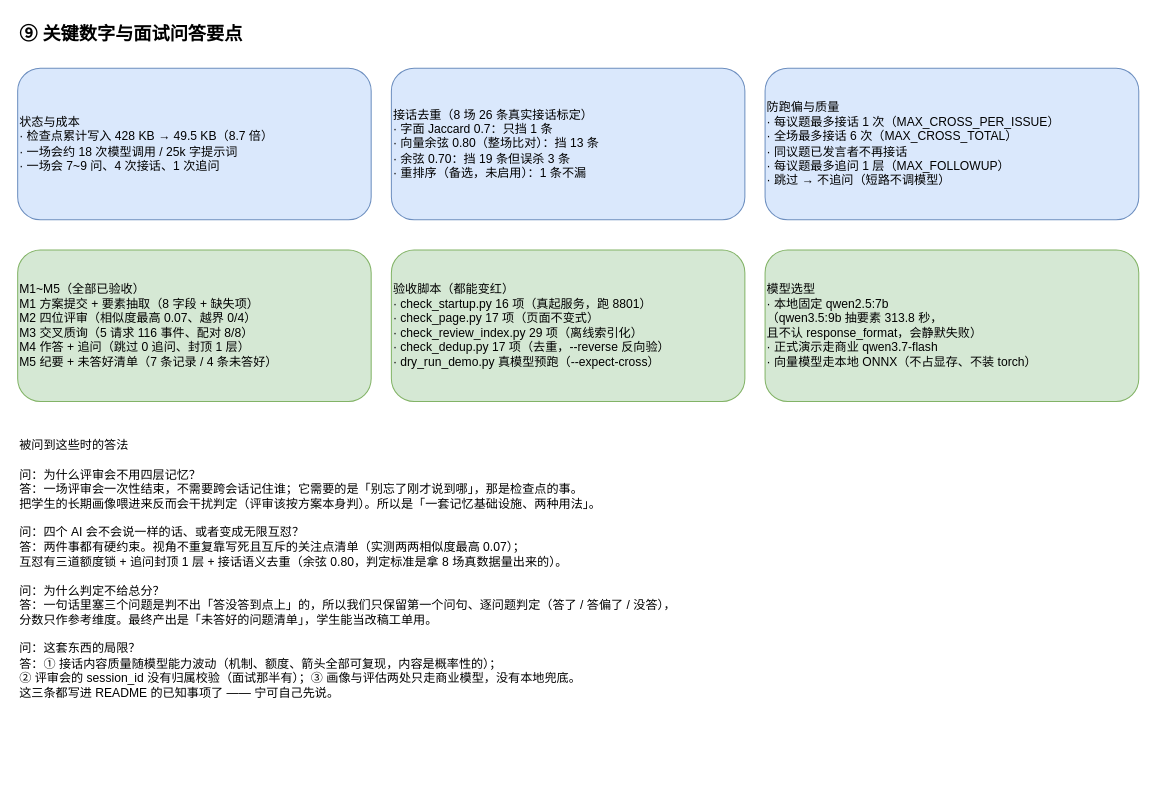
xxf-wota/ai-review-board keeps this draw.io diagram as page "9. 关键数字与问答要点" (9 of 9) of docs/评审团流程图.drawio. Above is the earlier version. Source tidied: cells renumbered, new cells numbered last; positions are measured from the earlier drawing's top-left corner, leaving out a move shared by most shapes. Both pictures are drawn from the tidied source at 101%, with x=0, y=0 at pixel (17, 17).
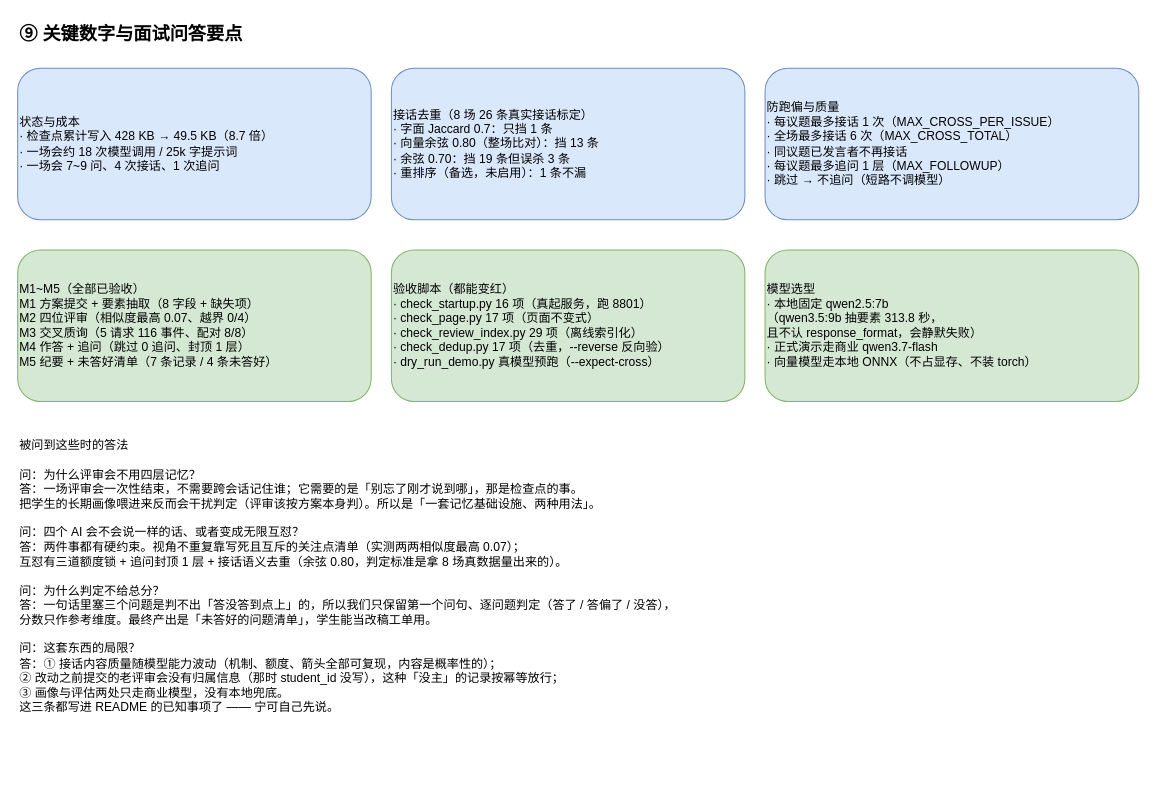
Above is the later version.

The edit, as a diff of the source:
```diff
@@
 <mxGraphModel>
   <root>
     <mxCell id="0" />
     <mxCell id="1" parent="0" />
     <mxCell id="2" value="⑨ 关键数字与面试问答要点" style="text;html=1;strokeColor=none;fillColor=none;fontSize=18;fontStyle=1;align=left;verticalAlign=top;" parent="1" vertex="1">
       <mxGeometry width="900" height="30" as="geometry" />
     </mxCell>
     <mxCell id="3" value="状态与成本&#10;· 检查点累计写入 428 KB → 49.5 KB（8.7 倍）&#10;· 一场会约 18 次模型调用 / 25k 字提示词&#10;· 一场会 7~9 问、4 次接话、1 次追问" style="rounded=1;whiteSpace=wrap;html=1;fillColor=#dae8fc;strokeColor=#6c8ebf;fontSize=12;align=left;verticalAlign=middle;" parent="1" vertex="1">
       <mxGeometry y="50" width="350" height="150" as="geometry" />
     </mxCell>
     <mxCell id="4" value="接话去重（8 场 26 条真实接话标定）&#10;· 字面 Jaccard 0.7：只挡 1 条&#10;· 向量余弦 0.80（整场比对）：挡 13 条&#10;· 余弦 0.70：挡 19 条但误杀 3 条&#10;· 重排序（备选，未启用）：1 条不漏" style="rounded=1;whiteSpace=wrap;html=1;fillColor=#dae8fc;strokeColor=#6c8ebf;fontSize=12;align=left;verticalAlign=middle;" parent="1" vertex="1">
       <mxGeometry x="370" y="50" width="350" height="150" as="geometry" />
     </mxCell>
     <mxCell id="5" value="防跑偏与质量&#10;· 每议题最多接话 1 次（MAX_CROSS_PER_ISSUE）&#10;· 全场最多接话 6 次（MAX_CROSS_TOTAL）&#10;· 同议题已发言者不再接话&#10;· 每议题最多追问 1 层（MAX_FOLLOWUP）&#10;· 跳过 → 不追问（短路不调模型）" style="rounded=1;whiteSpace=wrap;html=1;fillColor=#dae8fc;strokeColor=#6c8ebf;fontSize=12;align=left;verticalAlign=middle;" parent="1" vertex="1">
       <mxGeometry x="740" y="50" width="370" height="150" as="geometry" />
     </mxCell>
     <mxCell id="6" value="M1~M5（全部已验收）&#10;M1 方案提交 + 要素抽取（8 字段 + 缺失项）&#10;M2 四位评审（相似度最高 0.07、越界 0/4）&#10;M3 交叉质询（5 请求 116 事件、配对 8/8）&#10;M4 作答 + 追问（跳过 0 追问、封顶 1 层）&#10;M5 纪要 + 未答好清单（7 条记录 / 4 条未答好）" style="rounded=1;whiteSpace=wrap;html=1;fillColor=#d5e8d4;strokeColor=#82b366;fontSize=12;align=left;verticalAlign=middle;" parent="1" vertex="1">
       <mxGeometry y="230" width="350" height="150" as="geometry" />
     </mxCell>
     <mxCell id="7" value="验收脚本（都能变红）&#10;· check_startup.py  16 项（真起服务，跑 8801）&#10;· check_page.py     17 项（页面不变式）&#10;· check_review_index.py 29 项（离线索引化）&#10;· check_dedup.py    17 项（去重，--reverse 反向验）&#10;· dry_run_demo.py   真模型预跑（--expect-cross）" style="rounded=1;whiteSpace=wrap;html=1;fillColor=#d5e8d4;strokeColor=#82b366;fontSize=12;align=left;verticalAlign=middle;" parent="1" vertex="1">
       <mxGeometry x="370" y="230" width="350" height="150" as="geometry" />
     </mxCell>
     <mxCell id="8" value="模型选型&#10;· 本地固定 qwen2.5:7b&#10;  （qwen3.5:9b 抽要素 313.8 秒，&#10;   且不认 response_format，会静默失败）&#10;· 正式演示走商业 qwen3.7-flash&#10;· 向量模型走本地 ONNX（不占显存、不装 torch）" style="rounded=1;whiteSpace=wrap;html=1;fillColor=#d5e8d4;strokeColor=#82b366;fontSize=12;align=left;verticalAlign=middle;" parent="1" vertex="1">
       <mxGeometry x="740" y="230" width="370" height="150" as="geometry" />
     </mxCell>
-    <mxCell id="9" value="被问到这些时的答法&#10;&#10;问：为什么评审会不用四层记忆？&#10;答：一场评审会一次性结束，不需要跨会话记住谁；它需要的是「别忘了刚才说到哪」，那是检查点的事。&#10;    把学生的长期画像喂进来反而会干扰判定（评审该按方案本身判）。所以是「一套记忆基础设施、两种用法」。&#10;&#10;问：四个 AI 会不会说一样的话、或者变成无限互怼？&#10;答：两件事都有硬约束。视角不重复靠写死且互斥的关注点清单（实测两两相似度最高 0.07）；&#10;    互怼有三道额度锁 + 追问封顶 1 层 + 接话语义去重（余弦 0.80，判定标准是拿 8 场真数据量出来的）。&#10;&#10;问：为什么判定不给总分？&#10;答：一句话里塞三个问题是判不出「答没答到点上」的，所以我们只保留第一个问句、逐问题判定（答了 / 答偏了 / 没答），&#10;    分数只作参考维度。最终产出是「未答好的问题清单」，学生能当改稿工单用。&#10;&#10;问：这套东西的局限？&#10;答：① 接话内容质量随模型能力波动（机制、额度、箭头全部可复现，内容是概率性的）；&#10;    ② 评审会的 session_id 没有归属校验（面试那半有）；③ 画像与评估两处只走商业模型，没有本地兜底。&#10;    这三条都写进 README 的已知事项了 —— 宁可自己先说。" style="text;html=1;strokeColor=none;fillColor=none;fontSize=12;align=left;verticalAlign=top;" parent="1" vertex="1">
+    <mxCell id="9" value="被问到这些时的答法&#10;&#10;问：为什么评审会不用四层记忆？&#10;答：一场评审会一次性结束，不需要跨会话记住谁；它需要的是「别忘了刚才说到哪」，那是检查点的事。&#10;    把学生的长期画像喂进来反而会干扰判定（评审该按方案本身判）。所以是「一套记忆基础设施、两种用法」。&#10;&#10;问：四个 AI 会不会说一样的话、或者变成无限互怼？&#10;答：两件事都有硬约束。视角不重复靠写死且互斥的关注点清单（实测两两相似度最高 0.07）；&#10;    互怼有三道额度锁 + 追问封顶 1 层 + 接话语义去重（余弦 0.80，判定标准是拿 8 场真数据量出来的）。&#10;&#10;问：为什么判定不给总分？&#10;答：一句话里塞三个问题是判不出「答没答到点上」的，所以我们只保留第一个问句、逐问题判定（答了 / 答偏了 / 没答），&#10;    分数只作参考维度。最终产出是「未答好的问题清单」，学生能当改稿工单用。&#10;&#10;问：这套东西的局限？&#10;答：① 接话内容质量随模型能力波动（机制、额度、箭头全部可复现，内容是概率性的）；&#10;    ② 改动之前提交的老评审会没有归属信息（那时 student_id 没写），这种「没主」的记录按幂等放行；&#10;    ③ 画像与评估两处只走商业模型，没有本地兜底。&#10;    这三条都写进 README 的已知事项了 —— 宁可自己先说。" style="text;html=1;strokeColor=none;fillColor=none;fontSize=12;align=left;verticalAlign=top;" parent="1" vertex="1">
       <mxGeometry y="410" width="1110" height="360" as="geometry" />
     </mxCell>
   </root>
 </mxGraphModel>
```
